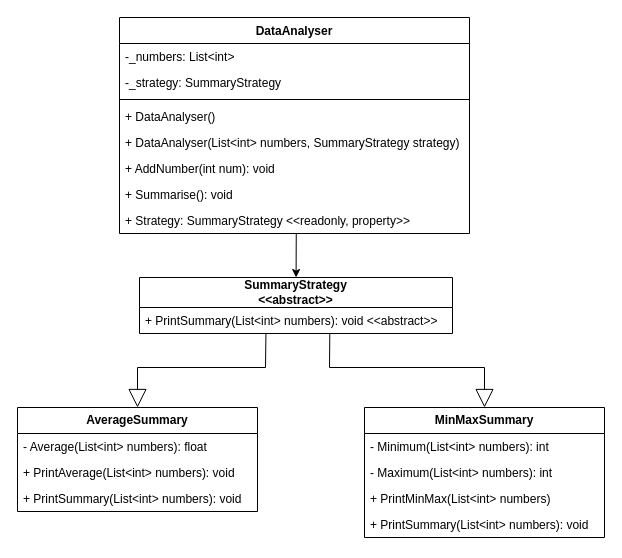
Above: T1 Semester Test/UML diagram renewed.drawio in marsh826/SwinburneCOS20007 (draw.io), before the change. Source tidied: cells renumbered, new cells numbered last; positions are measured from the earlier drawing's top-left corner, leaving out a move shared by most shapes. Both pictures are drawn from the tidied source at 100%, with x=0, y=0 at pixel (17, 17).
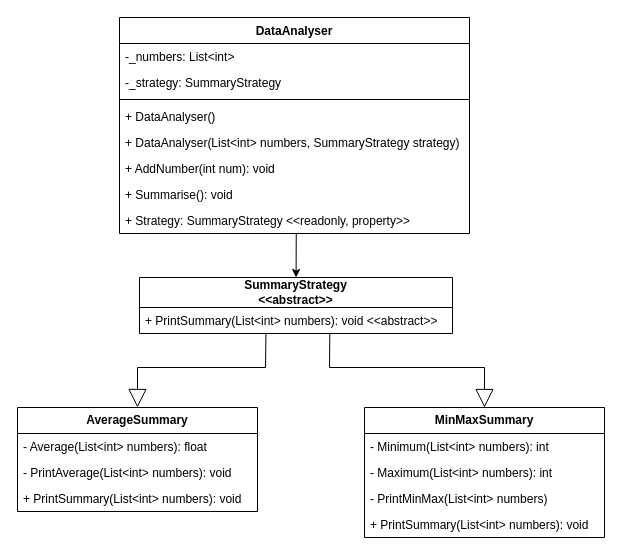
After the change.

The change refers to these unchanged cells:
```xml
<mxCell id="14" value="&lt;b&gt;AverageSummary&lt;/b&gt;" style="swimlane;fontStyle=0;horizontal=1;startSize=26;fillColor=none;whiteSpace=wrap;html=1;" parent="1" vertex="1">
  <mxGeometry y="390" width="240" height="104" as="geometry" />
</mxCell>
<mxCell id="18" value="&lt;b&gt;MinMaxSummary&lt;/b&gt;" style="swimlane;fontStyle=0;horizontal=1;startSize=26;fillColor=none;whiteSpace=wrap;html=1;" parent="1" vertex="1">
  <mxGeometry x="347" y="390" width="240" height="130" as="geometry" />
</mxCell>
```

Diff of the diagram source:
```diff
@@
-    <mxCell id="16" value="+ PrintAverage(List&amp;lt;int&amp;gt; numbers): void" style="text;strokeColor=none;fillColor=none;align=left;verticalAlign=top;spacingLeft=4;spacingRight=4;overflow=hidden;whiteSpace=wrap;html=1;" parent="14" vertex="1">
+    <mxCell id="16" value="- PrintAverage(List&amp;lt;int&amp;gt; numbers): void" style="text;strokeColor=none;fillColor=none;align=left;verticalAlign=top;spacingLeft=4;spacingRight=4;overflow=hidden;whiteSpace=wrap;html=1;" parent="14" vertex="1">
       <mxGeometry y="52" width="240" height="26" as="geometry" />
     </mxCell>
@@
-    <mxCell id="21" value="+ PrintMinMax(List&amp;lt;int&amp;gt; numbers)" style="text;strokeColor=none;fillColor=none;align=left;verticalAlign=top;spacingLeft=4;spacingRight=4;overflow=hidden;whiteSpace=wrap;html=1;" parent="18" vertex="1">
+    <mxCell id="21" value="- PrintMinMax(List&amp;lt;int&amp;gt; numbers)" style="text;strokeColor=none;fillColor=none;align=left;verticalAlign=top;spacingLeft=4;spacingRight=4;overflow=hidden;whiteSpace=wrap;html=1;" parent="18" vertex="1">
       <mxGeometry y="78" width="240" height="26" as="geometry" />
     </mxCell>
```
